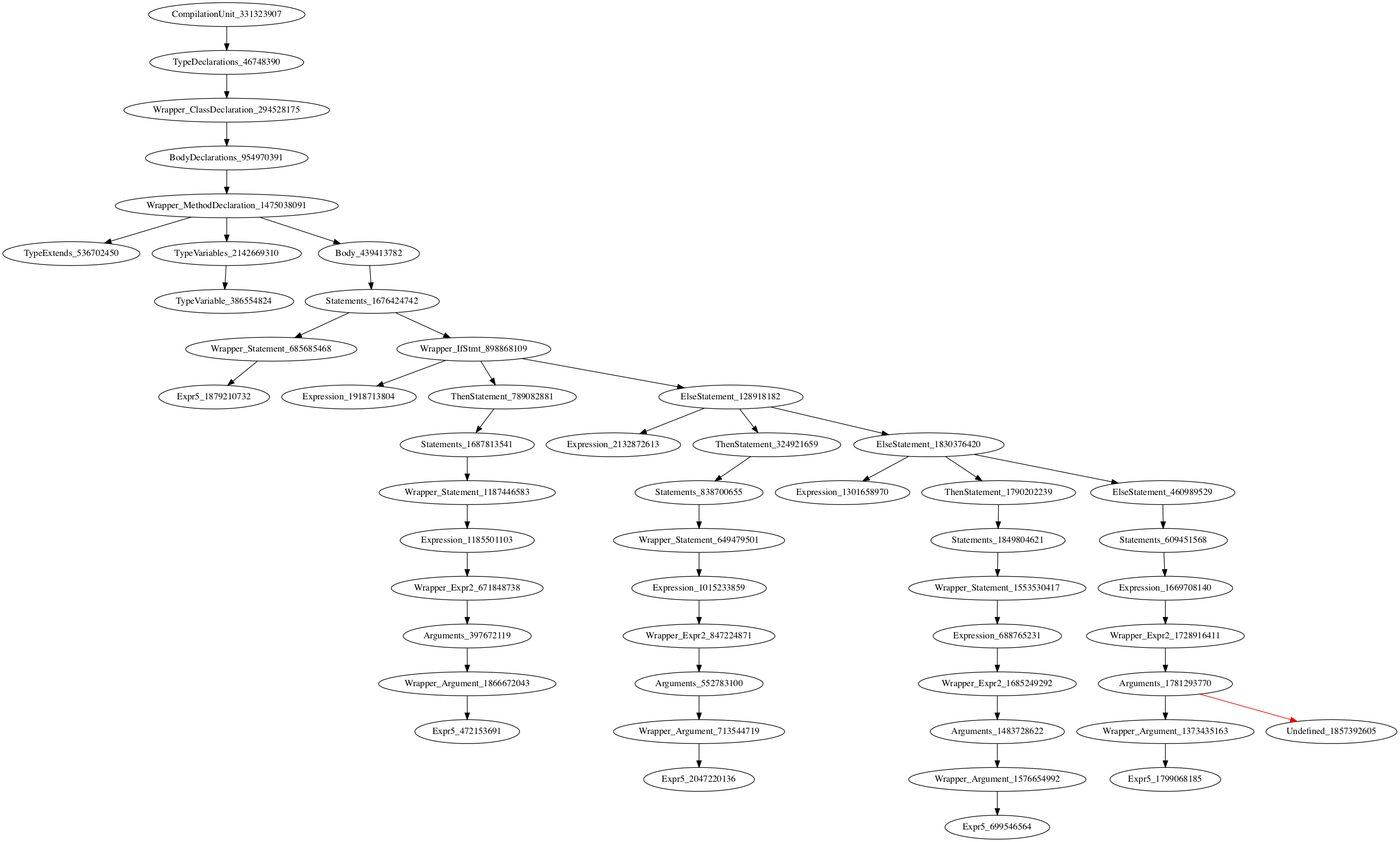
Earlier version of the Graphviz export holeAST.png (icse2023material/VoiceJava). Its source is kept beside it as holeAST.dot.
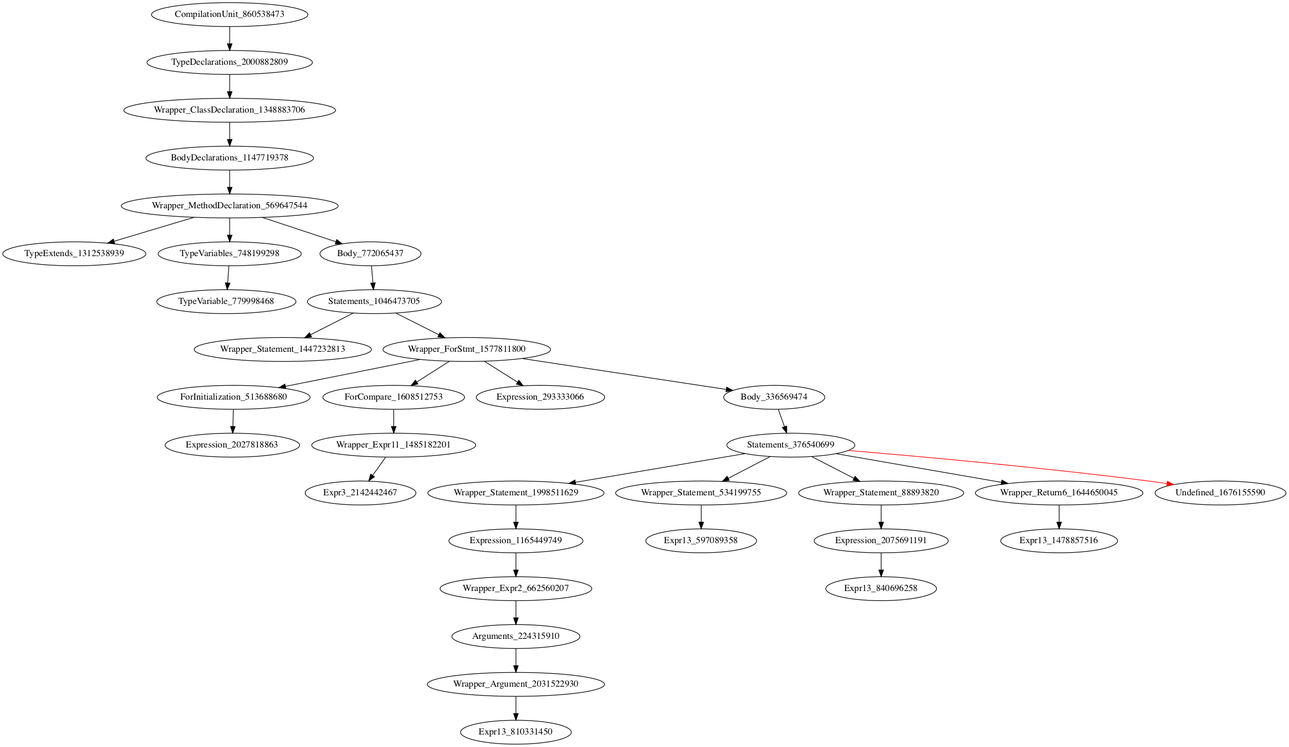
After the commit.

Change to the diagram source:
```diff
@@ -1,51 +1,35 @@
 digraph {
-CompilationUnit_331323907 -> TypeDeclarations_46748390
-TypeDeclarations_46748390 -> Wrapper_ClassDeclaration_294528175
-Wrapper_ClassDeclaration_294528175 -> BodyDeclarations_954970391
-BodyDeclarations_954970391 -> Wrapper_MethodDeclaration_1475038091
-Wrapper_MethodDeclaration_1475038091 -> TypeExtends_536702450
-Wrapper_MethodDeclaration_1475038091 -> TypeVariables_2142669310
-Wrapper_MethodDeclaration_1475038091 -> Body_439413782
-TypeVariables_2142669310 -> TypeVariable_386554824
-Body_439413782 -> Statements_1676424742
-Statements_1676424742 -> Wrapper_Statement_685685468
-Statements_1676424742 -> Wrapper_IfStmt_898868109
-Wrapper_Statement_685685468 -> Expr5_1879210732
-Wrapper_IfStmt_898868109 -> Expression_1918713804
-Wrapper_IfStmt_898868109 -> ThenStatement_789082881
-Wrapper_IfStmt_898868109 -> ElseStatement_128918182
-ThenStatement_789082881 -> Statements_1687813541
-ElseStatement_128918182 -> Expression_2132872613
-ElseStatement_128918182 -> ThenStatement_324921659
-ElseStatement_128918182 -> ElseStatement_1830376420
-Statements_1687813541 -> Wrapper_Statement_1187446583
-ThenStatement_324921659 -> Statements_838700655
-ElseStatement_1830376420 -> Expression_1301658970
-ElseStatement_1830376420 -> ThenStatement_1790202239
-ElseStatement_1830376420 -> ElseStatement_460989529
-Wrapper_Statement_1187446583 -> Expression_1185501103
-Statements_838700655 -> Wrapper_Statement_649479501
-ThenStatement_1790202239 -> Statements_1849804621
-ElseStatement_460989529 -> Statements_609451568
-Expression_1185501103 -> Wrapper_Expr2_671848738
-Wrapper_Statement_649479501 -> Expression_1015233859
-Statements_1849804621 -> Wrapper_Statement_1553530417
-Statements_609451568 -> Expression_1669708140
-Wrapper_Expr2_671848738 -> Arguments_397672119
-Expression_1015233859 -> Wrapper_Expr2_847224871
-Wrapper_Statement_1553530417 -> Expression_688765231
-Expression_1669708140 -> Wrapper_Expr2_1728916411
-Arguments_397672119 -> Wrapper_Argument_1866672043
-Wrapper_Expr2_847224871 -> Arguments_552783100
-Expression_688765231 -> Wrapper_Expr2_1685249292
-Wrapper_Expr2_1728916411 -> Arguments_1781293770
-Wrapper_Argument_1866672043 -> Expr5_472153691
-Arguments_552783100 -> Wrapper_Argument_713544719
-Wrapper_Expr2_1685249292 -> Arguments_1483728622
-Arguments_1781293770 -> Wrapper_Argument_1373435163
-Arguments_1781293770 -> Undefined_1857392605 [color = red]
-Wrapper_Argument_713544719 -> Expr5_2047220136
-Arguments_1483728622 -> Wrapper_Argument_1576654992
-Wrapper_Argument_1373435163 -> Expr5_1799068185
-Wrapper_Argument_1576654992 -> Expr5_699546564
+CompilationUnit_860538473 -> TypeDeclarations_2000882809
+TypeDeclarations_2000882809 -> Wrapper_ClassDeclaration_1348883706
+Wrapper_ClassDeclaration_1348883706 -> BodyDeclarations_1147719378
+BodyDeclarations_1147719378 -> Wrapper_MethodDeclaration_569647544
+Wrapper_MethodDeclaration_569647544 -> TypeExtends_1312538939
+Wrapper_MethodDeclaration_569647544 -> TypeVariables_748199298
+Wrapper_MethodDeclaration_569647544 -> Body_772065437
+TypeVariables_748199298 -> TypeVariable_779998468
+Body_772065437 -> Statements_1046473705
+Statements_1046473705 -> Wrapper_Statement_1447232813
+Statements_1046473705 -> Wrapper_ForStmt_1577811800
+Wrapper_ForStmt_1577811800 -> ForInitialization_513688680
+Wrapper_ForStmt_1577811800 -> ForCompare_1608512753
+Wrapper_ForStmt_1577811800 -> Expression_293333066
+Wrapper_ForStmt_1577811800 -> Body_336569474
+ForInitialization_513688680 -> Expression_2027818863
+ForCompare_1608512753 -> Wrapper_Expr11_1485182201
+Body_336569474 -> Statements_376540699
+Wrapper_Expr11_1485182201 -> Expr3_2142442467
+Statements_376540699 -> Wrapper_Statement_1998511629
+Statements_376540699 -> Wrapper_Statement_534199755
+Statements_376540699 -> Wrapper_Statement_88893820
+Statements_376540699 -> Wrapper_Return6_1644650045
+Statements_376540699 -> Undefined_1676155590 [color = red]
+Wrapper_Statement_1998511629 -> Expression_1165449749
+Wrapper_Statement_534199755 -> Expr13_597089358
+Wrapper_Statement_88893820 -> Expression_2075691191
+Wrapper_Return6_1644650045 -> Expr13_1478857516
+Expression_1165449749 -> Wrapper_Expr2_662560207
+Expression_2075691191 -> Expr13_840696258
+Wrapper_Expr2_662560207 -> Arguments_224315910
+Arguments_224315910 -> Wrapper_Argument_2031522930
+Wrapper_Argument_2031522930 -> Expr13_810331450
 }
```
